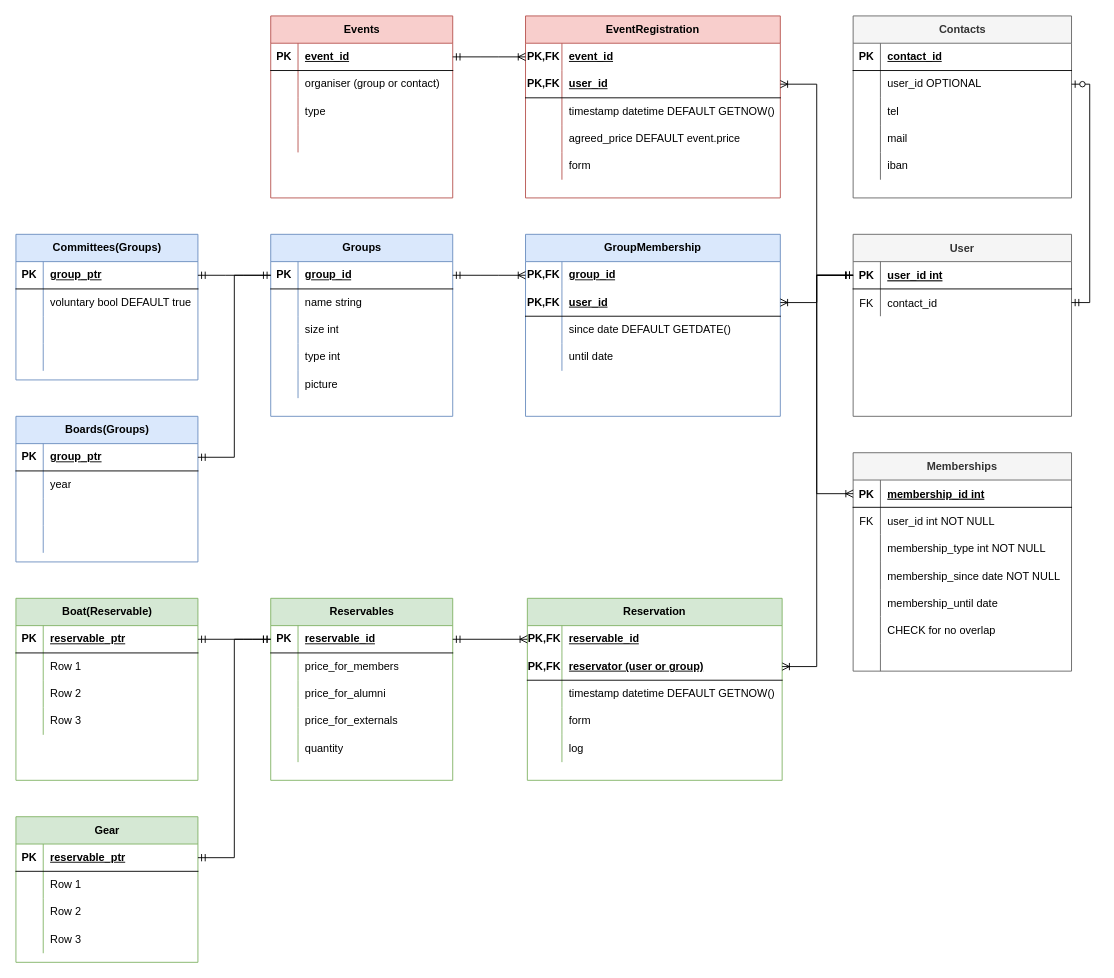
Earlier version of the draw.io diagram docs/Untitled Diagram.drawio (SypTitan/loefsys). Source tidied: cells renumbered, new cells numbered last; positions are measured from the earlier drawing's top-left corner, leaving out a move shared by most shapes. Both pictures are drawn from the tidied source at 91%, with x=0, y=0 at pixel (15, 15).
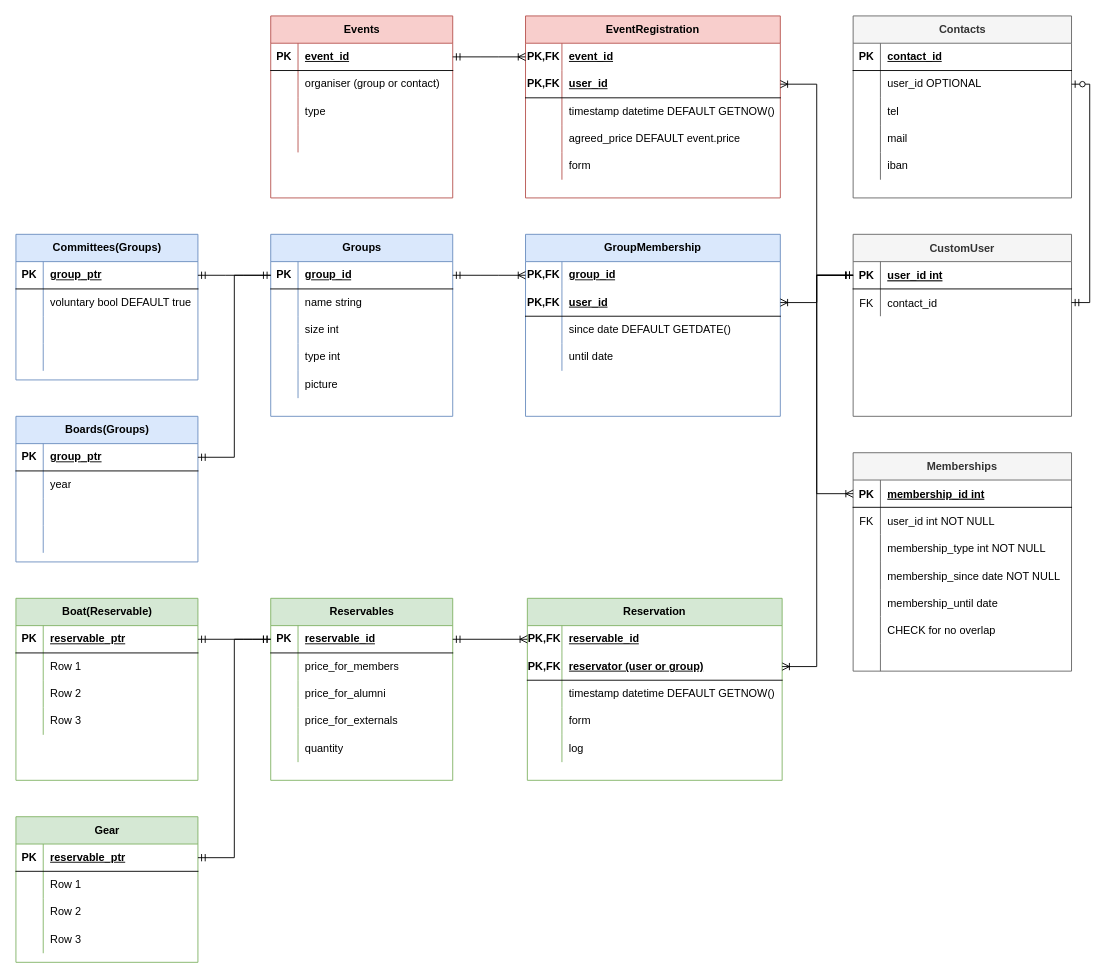
Above is the later version.

Commit message:
custom user

Change to the diagram source:
```diff
@@
-    <mxCell id="24" value="User" style="shape=table;startSize=30;childLayout=tableLayout;rowLines=0;fontStyle=1;align=center;fillColor=#f5f5f5;fontColor=#333333;strokeColor=#666666;" parent="1" vertex="1">
+    <mxCell id="24" value="CustomUser" style="shape=table;startSize=30;childLayout=tableLayout;rowLines=0;fontStyle=1;align=center;fillColor=#f5f5f5;fontColor=#333333;strokeColor=#666666;" parent="1" vertex="1">
       <mxGeometry x="920" y="240" width="240" height="200" as="geometry" />
     </mxCell>
```
